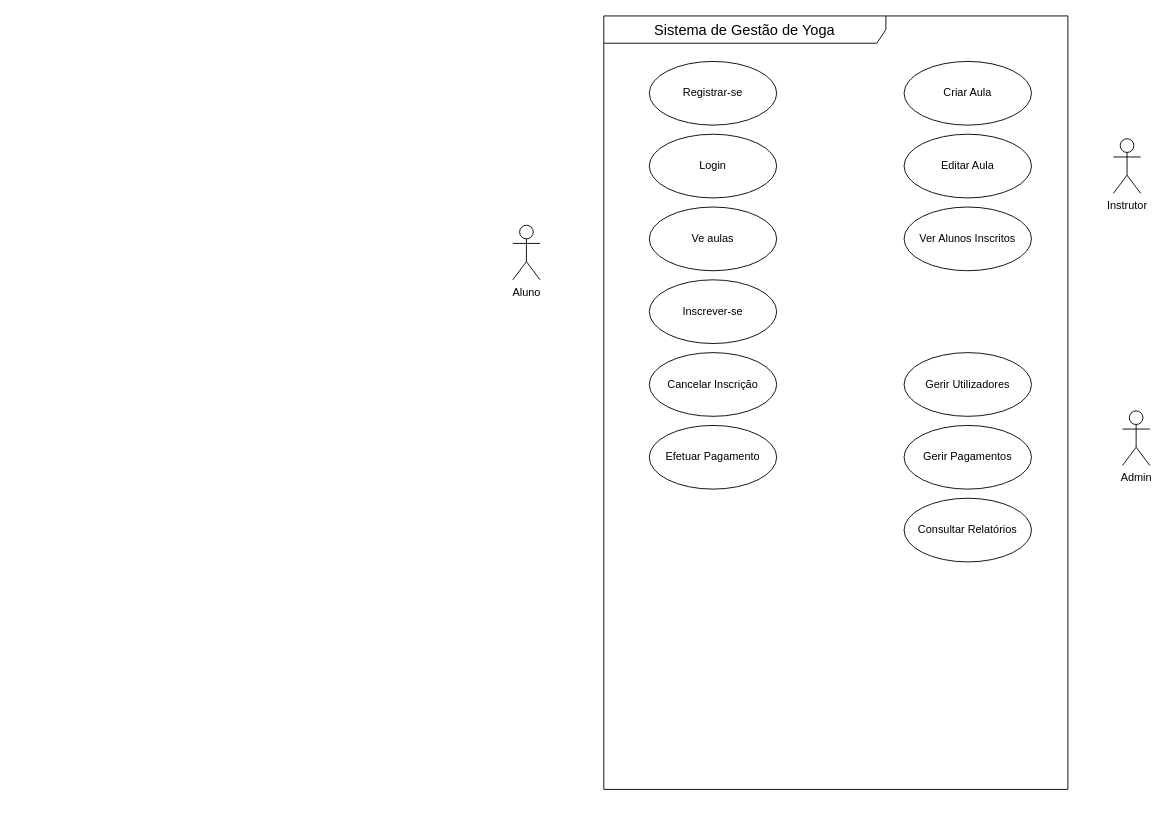
This is page "Casos de Uso" (2 of 4) of Diagramas UML.drawio from Esmael285/TecWeb26, a draw.io file, before an edit. Source tidied: cells renumbered, new cells numbered last; positions are measured from the earlier drawing's top-left corner, leaving out a move shared by most shapes. Both pictures are drawn from the tidied source at 91%, with x=0, y=0 at pixel (512, 15).
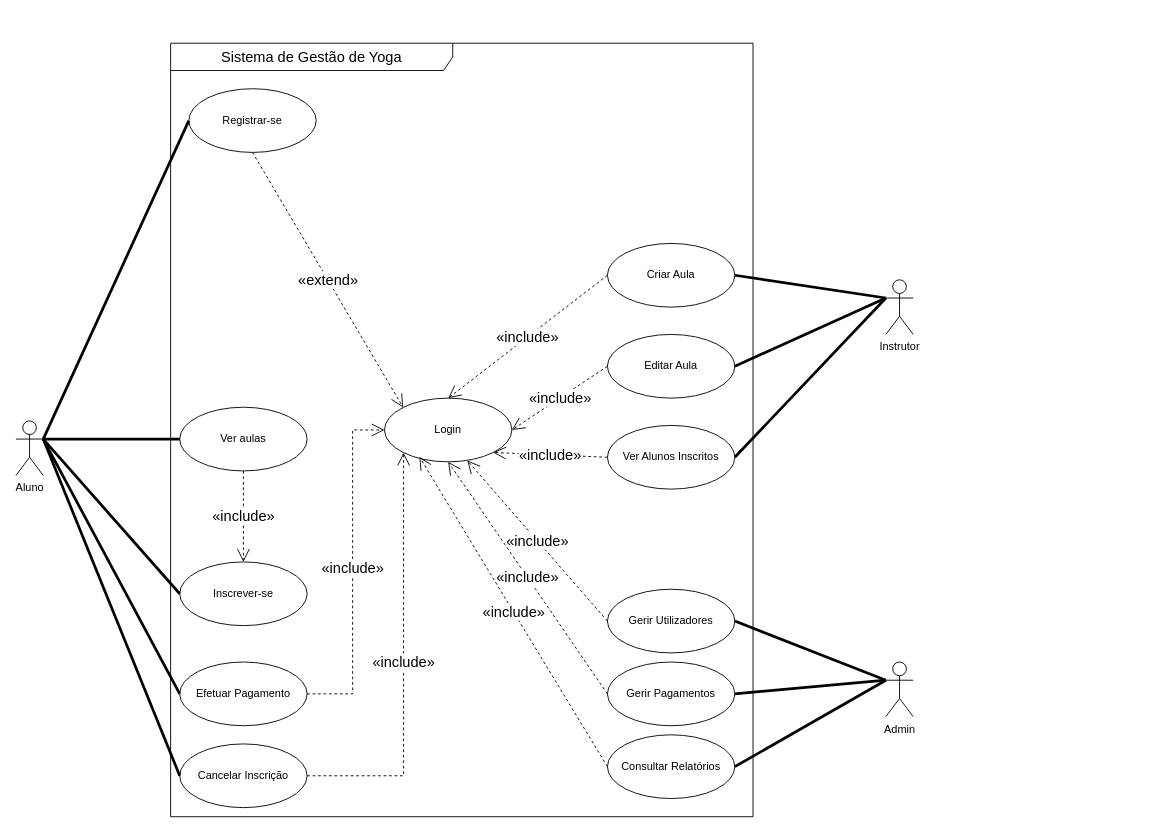
The same page after the edit.

What changed in the source:
```diff
@@
     <mxCell id="2" value="&lt;span style=&quot;text-align: start; font-size: medium;&quot;&gt;Sistema de Gestão de Yoga&lt;/span&gt;" style="shape=umlFrame;whiteSpace=wrap;html=1;width=310;height=30;" parent="1" vertex="1">
-      <mxGeometry x="100" width="510" height="850" as="geometry" />
+      <mxGeometry x="-376" y="30" width="640" height="850" as="geometry" />
     </mxCell>
     <mxCell id="3" value="Instrutor" style="shape=umlActor;verticalLabelPosition=bottom;verticalAlign=top;html=1;" parent="1" vertex="1">
-      <mxGeometry x="660" y="135" width="30" height="60" as="geometry" />
+      <mxGeometry x="410" y="290" width="30" height="60" as="geometry" />
     </mxCell>
     <mxCell id="4" value="Aluno" style="shape=umlActor;verticalLabelPosition=bottom;verticalAlign=top;html=1;" parent="1" vertex="1">
-      <mxGeometry y="230" width="30" height="60" as="geometry" />
+      <mxGeometry x="-546" y="445" width="30" height="60" as="geometry" />
     </mxCell>
     <mxCell id="5" value="Admin" style="shape=umlActor;verticalLabelPosition=bottom;verticalAlign=top;html=1;" parent="1" vertex="1">
-      <mxGeometry x="670" y="434" width="30" height="60" as="geometry" />
+      <mxGeometry x="410" y="710" width="30" height="60" as="geometry" />
     </mxCell>
     <mxCell id="6" value="Registrar-se" style="ellipse;whiteSpace=wrap;html=1;" parent="1" vertex="1">
-      <mxGeometry x="150" y="50" width="140" height="70" as="geometry" />
+      <mxGeometry x="-356" y="80" width="140" height="70" as="geometry" />
     </mxCell>
     <mxCell id="7" value="Login" style="ellipse;whiteSpace=wrap;html=1;" parent="1" vertex="1">
-      <mxGeometry x="150" y="130" width="140" height="70" as="geometry" />
+      <mxGeometry x="-141" y="420" width="140" height="70" as="geometry" />
     </mxCell>
-    <mxCell id="8" value="Ve aulas" style="ellipse;whiteSpace=wrap;html=1;" parent="1" vertex="1">
-      <mxGeometry x="150" y="210" width="140" height="70" as="geometry" />
+    <mxCell id="8" value="Ver aulas" style="ellipse;whiteSpace=wrap;html=1;" parent="1" vertex="1">
+      <mxGeometry x="-366" y="430" width="140" height="70" as="geometry" />
     </mxCell>
     <mxCell id="9" value="Inscrever-se" style="ellipse;whiteSpace=wrap;html=1;fontStyle=0;" parent="1" vertex="1">
-      <mxGeometry x="150" y="290" width="140" height="70" as="geometry" />
+      <mxGeometry x="-366" y="600" width="140" height="70" as="geometry" />
     </mxCell>
     <mxCell id="10" value="Cancelar Inscrição" style="ellipse;whiteSpace=wrap;html=1;fontStyle=0;" parent="1" vertex="1">
-      <mxGeometry x="150" y="370" width="140" height="70" as="geometry" />
+      <mxGeometry x="-366" y="800" width="140" height="70" as="geometry" />
     </mxCell>
     <mxCell id="11" value="Efetuar Pagamento" style="ellipse;whiteSpace=wrap;html=1;fontStyle=0;" parent="1" vertex="1">
-      <mxGeometry x="150" y="450" width="140" height="70" as="geometry" />
+      <mxGeometry x="-366" y="710" width="140" height="70" as="geometry" />
     </mxCell>
     <mxCell id="12" value="Criar Aula" style="ellipse;whiteSpace=wrap;html=1;" parent="1" vertex="1">
-      <mxGeometry x="430" y="50" width="140" height="70" as="geometry" />
+      <mxGeometry x="104" y="250" width="140" height="70" as="geometry" />
     </mxCell>
     <mxCell id="13" value="Editar Aula" style="ellipse;whiteSpace=wrap;html=1;" parent="1" vertex="1">
-      <mxGeometry x="430" y="130" width="140" height="70" as="geometry" />
+      <mxGeometry x="104" y="350" width="140" height="70" as="geometry" />
     </mxCell>
     <mxCell id="14" value="Ver Alunos Inscritos" style="ellipse;whiteSpace=wrap;html=1;" parent="1" vertex="1">
-      <mxGeometry x="430" y="210" width="140" height="70" as="geometry" />
+      <mxGeometry x="104" y="450" width="140" height="70" as="geometry" />
     </mxCell>
     <mxCell id="15" value="Gerir Utilizadores" style="ellipse;whiteSpace=wrap;html=1;" parent="1" vertex="1">
-      <mxGeometry x="430" y="370" width="140" height="70" as="geometry" />
+      <mxGeometry x="104" y="630" width="140" height="70" as="geometry" />
     </mxCell>
     <mxCell id="16" value="Gerir Pagamentos" style="ellipse;whiteSpace=wrap;html=1;" parent="1" vertex="1">
-      <mxGeometry x="430" y="450" width="140" height="70" as="geometry" />
+      <mxGeometry x="104" y="710" width="140" height="70" as="geometry" />
     </mxCell>
     <mxCell id="17" value="Consultar Relatórios" style="ellipse;whiteSpace=wrap;html=1;" parent="1" vertex="1">
-      <mxGeometry x="430" y="530" width="140" height="70" as="geometry" />
+      <mxGeometry x="104" y="790" width="140" height="70" as="geometry" />
     </mxCell>
+    <mxCell id="18" value="&lt;span style=&quot;text-align: start; white-space: normal; font-size: medium;&quot;&gt;«include»&lt;/span&gt;" style="endArrow=open;endSize=12;dashed=1;html=1;rounded=0;entryX=0.5;entryY=0;entryDx=0;entryDy=0;exitX=0.5;exitY=1;exitDx=0;exitDy=0;" parent="1" edge="1" source="8" target="9">
+      <mxGeometry relative="1" as="geometry" />
+    </mxCell>
+    <mxCell id="19" value="&lt;span style=&quot;text-align: start; white-space: normal; font-size: medium;&quot;&gt;«include»&lt;/span&gt;" style="endArrow=open;endSize=12;dashed=1;html=1;rounded=0;exitX=1;exitY=0.5;exitDx=0;exitDy=0;" parent="1" edge="1" source="10">
+      <mxGeometry relative="1" as="geometry">
+        <mxPoint x="-120" y="480" as="targetPoint" />
+        <Array as="points">
+          <mxPoint x="-120" y="835" />
+        </Array>
+      </mxGeometry>
+    </mxCell>
+    <mxCell id="20" value="&lt;span style=&quot;text-align: start; white-space: normal; font-size: medium;&quot;&gt;«include»&lt;/span&gt;" style="endArrow=open;endSize=12;dashed=1;html=1;rounded=0;exitX=1;exitY=0.5;exitDx=0;exitDy=0;entryX=0;entryY=0.5;entryDx=0;entryDy=0;" parent="1" edge="1" source="11" target="7">
+      <mxGeometry relative="1" as="geometry">
+        <Array as="points">
+          <mxPoint x="-216" y="745" />
+          <mxPoint x="-176" y="745" />
+          <mxPoint x="-176" y="455" />
+        </Array>
+      </mxGeometry>
+    </mxCell>
+    <mxCell id="21" value="&lt;span style=&quot;text-align: start; white-space: normal; font-size: medium;&quot;&gt;«include»&lt;/span&gt;" style="endArrow=open;endSize=12;dashed=1;html=1;rounded=0;exitX=0;exitY=0.5;exitDx=0;exitDy=0;entryX=1;entryY=0.5;entryDx=0;entryDy=0;" parent="1" edge="1" source="13" target="7">
+      <mxGeometry relative="1" as="geometry" />
+    </mxCell>
+    <mxCell id="22" value="&lt;span style=&quot;text-align: start; white-space: normal; font-size: medium;&quot;&gt;«include»&lt;/span&gt;" style="endArrow=open;endSize=12;dashed=1;html=1;rounded=0;exitX=0;exitY=0.5;exitDx=0;exitDy=0;entryX=0.65;entryY=0.979;entryDx=0;entryDy=0;entryPerimeter=0;" parent="1" edge="1" source="15" target="7">
+      <mxGeometry relative="1" as="geometry" />
+    </mxCell>
+    <mxCell id="23" value="&lt;span style=&quot;text-align: start; white-space: normal; font-size: medium;&quot;&gt;«extend»&lt;/span&gt;" style="endArrow=open;endSize=12;dashed=1;html=1;rounded=0;exitX=0.5;exitY=1;exitDx=0;exitDy=0;entryX=0;entryY=0;entryDx=0;entryDy=0;" parent="1" edge="1" source="6" target="7">
+      <mxGeometry relative="1" as="geometry" />
+    </mxCell>
+    <mxCell id="24" value="&lt;span style=&quot;text-align: start; white-space: normal; font-size: medium;&quot;&gt;«include»&lt;/span&gt;" style="endArrow=open;endSize=12;dashed=1;html=1;rounded=0;exitX=0;exitY=0.5;exitDx=0;exitDy=0;entryX=0.5;entryY=1;entryDx=0;entryDy=0;" parent="1" edge="1" source="16" target="7">
+      <mxGeometry relative="1" as="geometry" />
+    </mxCell>
+    <mxCell id="25" value="&lt;span style=&quot;text-align: start; white-space: normal; font-size: medium;&quot;&gt;«include»&lt;/span&gt;" style="endArrow=open;endSize=12;dashed=1;html=1;rounded=0;exitX=0;exitY=0.5;exitDx=0;exitDy=0;entryX=0.274;entryY=0.921;entryDx=0;entryDy=0;entryPerimeter=0;" parent="1" edge="1" source="17" target="7">
+      <mxGeometry relative="1" as="geometry" />
+    </mxCell>
+    <mxCell id="26" value="&lt;span style=&quot;text-align: start; white-space: normal; font-size: medium;&quot;&gt;«include»&lt;/span&gt;" style="endArrow=open;endSize=12;dashed=1;html=1;rounded=0;exitX=0;exitY=0.5;exitDx=0;exitDy=0;entryX=1;entryY=1;entryDx=0;entryDy=0;" parent="1" edge="1" source="14" target="7">
+      <mxGeometry relative="1" as="geometry" />
+    </mxCell>
+    <mxCell id="27" value="&lt;span style=&quot;text-align: start; white-space: normal; font-size: medium;&quot;&gt;«include»&lt;/span&gt;" style="endArrow=open;endSize=12;dashed=1;html=1;rounded=0;exitX=0;exitY=0.5;exitDx=0;exitDy=0;entryX=0.5;entryY=0;entryDx=0;entryDy=0;" parent="1" edge="1" source="12" target="7">
+      <mxGeometry relative="1" as="geometry" />
+    </mxCell>
+    <mxCell id="28" style="endArrow=none;startArrow=none;endFill=0;startFill=0;endSize=8;html=1;verticalAlign=bottom;labelBackgroundColor=none;strokeWidth=3;rounded=0;entryX=0;entryY=0.5;entryDx=0;entryDy=0;exitX=1;exitY=0.3333333333333333;exitDx=0;exitDy=0;exitPerimeter=0;" parent="1" edge="1" source="4" target="6">
+      <mxGeometry relative="1" as="geometry" />
+    </mxCell>
+    <mxCell id="29" style="endArrow=none;startArrow=none;endFill=0;startFill=0;endSize=8;html=1;verticalAlign=bottom;labelBackgroundColor=none;strokeWidth=3;rounded=0;exitX=0;exitY=0.5;exitDx=0;exitDy=0;entryX=1;entryY=0.3333333333333333;entryDx=0;entryDy=0;entryPerimeter=0;" parent="1" edge="1" source="8" target="4">
+      <mxGeometry relative="1" as="geometry" />
+    </mxCell>
+    <mxCell id="30" style="endArrow=none;startArrow=none;endFill=0;startFill=0;endSize=8;html=1;verticalAlign=bottom;labelBackgroundColor=none;strokeWidth=3;rounded=0;exitX=0;exitY=0.5;exitDx=0;exitDy=0;entryX=1;entryY=0.3333333333333333;entryDx=0;entryDy=0;entryPerimeter=0;" parent="1" edge="1" source="9" target="4">
+      <mxGeometry relative="1" as="geometry" />
+    </mxCell>
+    <mxCell id="31" style="endArrow=none;startArrow=none;endFill=0;startFill=0;endSize=8;html=1;verticalAlign=bottom;labelBackgroundColor=none;strokeWidth=3;rounded=0;exitX=0;exitY=0.5;exitDx=0;exitDy=0;entryX=1;entryY=0.3333333333333333;entryDx=0;entryDy=0;entryPerimeter=0;" parent="1" edge="1" source="11" target="4">
+      <mxGeometry relative="1" as="geometry" />
+    </mxCell>
+    <mxCell id="32" style="endArrow=none;startArrow=none;endFill=0;startFill=0;endSize=8;html=1;verticalAlign=bottom;labelBackgroundColor=none;strokeWidth=3;rounded=0;exitX=0;exitY=0.5;exitDx=0;exitDy=0;entryX=1;entryY=0.3333333333333333;entryDx=0;entryDy=0;entryPerimeter=0;" parent="1" edge="1" source="10" target="4">
+      <mxGeometry relative="1" as="geometry" />
+    </mxCell>
+    <mxCell id="33" style="endArrow=none;startArrow=none;endFill=0;startFill=0;endSize=8;html=1;verticalAlign=bottom;labelBackgroundColor=none;strokeWidth=3;rounded=0;entryX=0;entryY=0.3333333333333333;entryDx=0;entryDy=0;entryPerimeter=0;exitX=1;exitY=0.5;exitDx=0;exitDy=0;" parent="1" edge="1" source="12" target="3">
+      <mxGeometry relative="1" as="geometry" />
+    </mxCell>
+    <mxCell id="34" style="endArrow=none;startArrow=none;endFill=0;startFill=0;endSize=8;html=1;verticalAlign=bottom;labelBackgroundColor=none;strokeWidth=3;rounded=0;exitX=0;exitY=0.3333333333333333;exitDx=0;exitDy=0;exitPerimeter=0;entryX=1;entryY=0.5;entryDx=0;entryDy=0;" parent="1" edge="1" source="3" target="13">
+      <mxGeometry relative="1" as="geometry" />
+    </mxCell>
+    <mxCell id="35" style="endArrow=none;startArrow=none;endFill=0;startFill=0;endSize=8;html=1;verticalAlign=bottom;labelBackgroundColor=none;strokeWidth=3;rounded=0;exitX=1;exitY=0.5;exitDx=0;exitDy=0;entryX=0;entryY=0.3333333333333333;entryDx=0;entryDy=0;entryPerimeter=0;" parent="1" edge="1" source="14" target="3">
+      <mxGeometry relative="1" as="geometry" />
+    </mxCell>
+    <mxCell id="36" style="endArrow=none;startArrow=none;endFill=0;startFill=0;endSize=8;html=1;verticalAlign=bottom;labelBackgroundColor=none;strokeWidth=3;rounded=0;exitX=0;exitY=0.3333333333333333;exitDx=0;exitDy=0;entryX=1;entryY=0.5;entryDx=0;entryDy=0;exitPerimeter=0;" parent="1" edge="1" source="5" target="15">
+      <mxGeometry relative="1" as="geometry" />
+    </mxCell>
+    <mxCell id="37" style="endArrow=none;startArrow=none;endFill=0;startFill=0;endSize=8;html=1;verticalAlign=bottom;labelBackgroundColor=none;strokeWidth=3;rounded=0;exitX=0;exitY=0.3333333333333333;exitDx=0;exitDy=0;entryX=1;entryY=0.5;entryDx=0;entryDy=0;exitPerimeter=0;" parent="1" edge="1" source="5" target="16">
+      <mxGeometry relative="1" as="geometry" />
+    </mxCell>
+    <mxCell id="38" style="endArrow=none;startArrow=none;endFill=0;startFill=0;endSize=8;html=1;verticalAlign=bottom;labelBackgroundColor=none;strokeWidth=3;rounded=0;exitX=0;exitY=0.3333333333333333;exitDx=0;exitDy=0;entryX=1;entryY=0.5;entryDx=0;entryDy=0;exitPerimeter=0;" parent="1" edge="1" source="5" target="17">
+      <mxGeometry relative="1" as="geometry" />
+    </mxCell>
```
